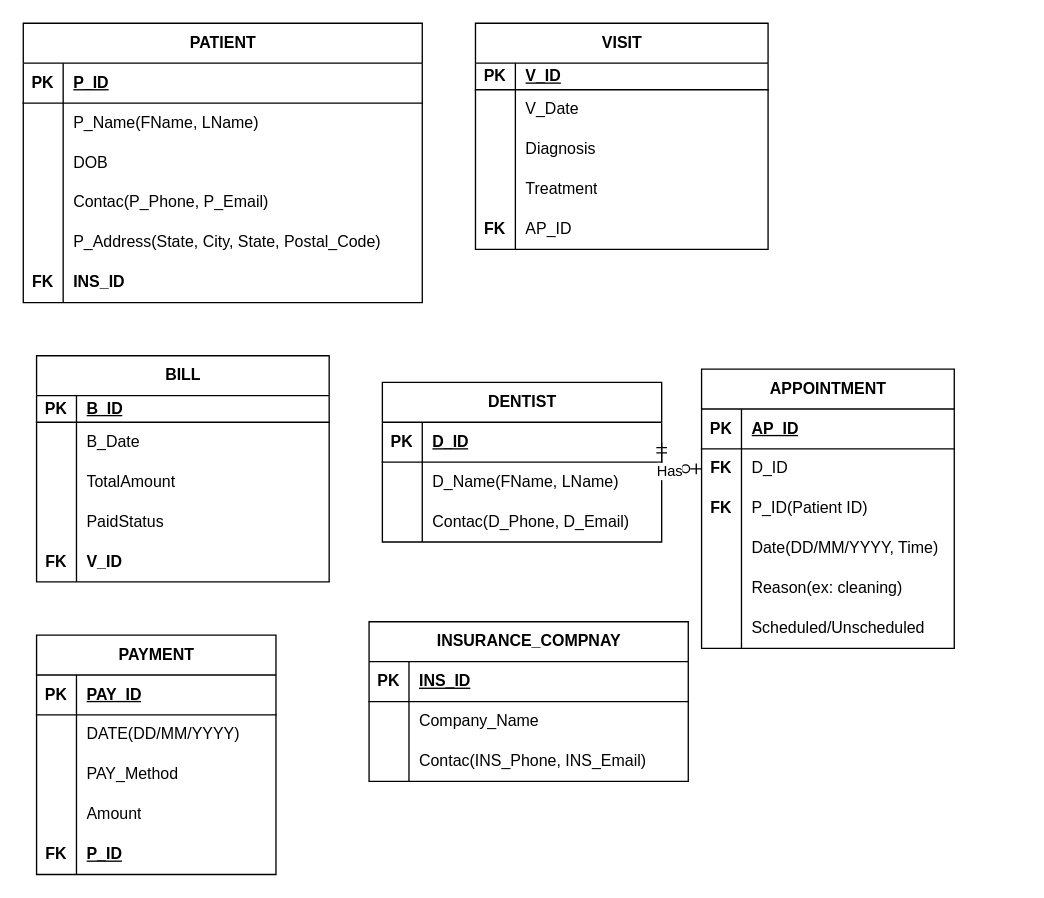
Before: Untitled Diagram.drawio in Varshiha/Database_Project, a draw.io diagram. Source tidied: cells renumbered, new cells numbered last; positions are measured from the earlier drawing's top-left corner, leaving out a move shared by most shapes. Both pictures are drawn from the tidied source at 133%, with x=0, y=0 at pixel (23, 23).
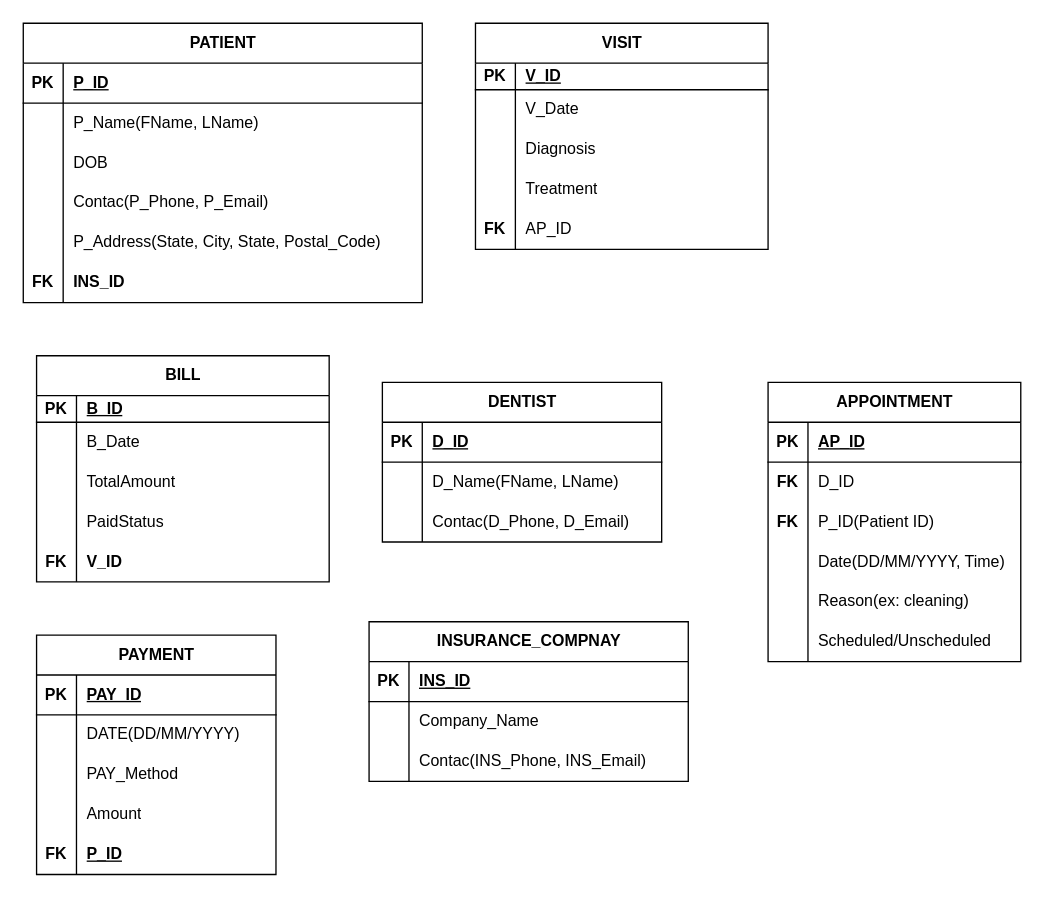
The same page after the edit.

Unchanged cells that the change refers to:
```xml
<mxCell id="54" style="shape=tableRow;horizontal=0;startSize=0;swimlaneHead=0;swimlaneBody=0;fillColor=none;points=[[0,0.5],[1,0.5]];portConstraint=eastwest;top=0;left=0;right=0;bottom=1;" parent="53" vertex="1">
  <mxGeometry y="30" width="210" height="30" as="geometry" />
</mxCell>
<mxCell id="67" style="shape=tableRow;horizontal=0;startSize=0;swimlaneHead=0;swimlaneBody=0;fillColor=none;points=[[0,0.5],[1,0.5]];portConstraint=eastwest;top=0;left=0;right=0;bottom=0;" parent="63" vertex="1">
  <mxGeometry y="60" width="190" height="30" as="geometry" />
</mxCell>
```

Change to the diagram source:
```diff
@@
     <mxCell id="63" value="APPOINTMENT" style="shape=table;startSize=30;childLayout=tableLayout;rowLines=0;fontStyle=1;align=center;html=1;" parent="1" vertex="1">
-      <mxGeometry x="510" y="260" width="190" height="210" as="geometry" />
+      <mxGeometry x="560" y="270" width="190" height="210" as="geometry" />
     </mxCell>
@@
-    <mxCell id="82" style="edgeStyle=orthogonalEdgeStyle;rounded=0;jettySize=auto;html=1;exitX=0;exitY=0.5;exitDx=0;exitDy=0;entryX=1;entryY=0.5;entryDx=0;entryDy=0;endArrow=ERmandOne;endFill=0;startArrow=ERzeroToOne;startFill=0;" parent="1" edge="1" source="67" target="54">
-      <mxGeometry relative="1" as="geometry" />
-    </mxCell>
-    <mxCell id="83" value="Has" style="edgeLabel;html=1;align=center;verticalAlign=middle;" parent="82" vertex="1">
-      <mxGeometry x="0.01" y="1" relative="1" as="geometry" />
-    </mxCell>
```
